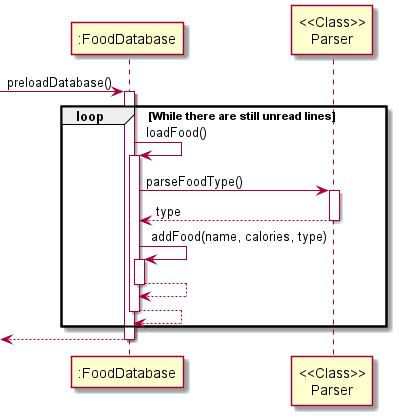
Above: docs/diagrams-DG/FoodDatabase_preloadDatabase_Seq.png in praj-bellakka/tp (PlantUML), before the change.
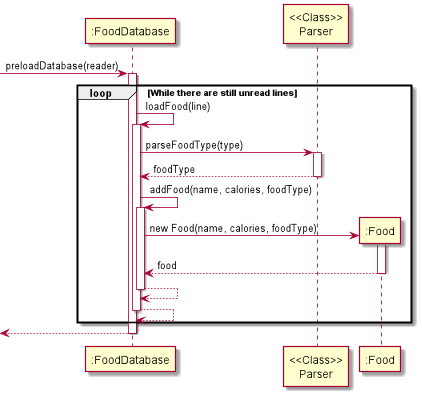
After the change.

The edit, as a diff of the source:
```diff
@@ -1,22 +1,26 @@
 @startuml
 
--> ":FoodDatabase": preloadDatabase()
+-> ":FoodDatabase": preloadDatabase(reader)
 activate ":FoodDatabase"
 
 loop While there are still unread lines
-    ":FoodDatabase" -> ":FoodDatabase": loadFood()
+    ":FoodDatabase" -> ":FoodDatabase": loadFood(line)
     activate ":FoodDatabase"
 
-    ":FoodDatabase" -> "<<Class>>\nParser": parseFoodType()
+    ":FoodDatabase" -> "<<Class>>\nParser": parseFoodType(type)
     activate "<<Class>>\nParser"
-    return type
+    return foodType
 
-    ":FoodDatabase" -> ":FoodDatabase": addFood(name, calories, type)
+    ":FoodDatabase" -> ":FoodDatabase": addFood(name, calories, foodType)
     activate ":FoodDatabase"
-    return
+    create ":Food"
+    ":FoodDatabase" -> ":Food": new Food(name, calories, foodType)
+    activate ":Food"
+    return food
 
     return
 
+return
 
 end
 
```
